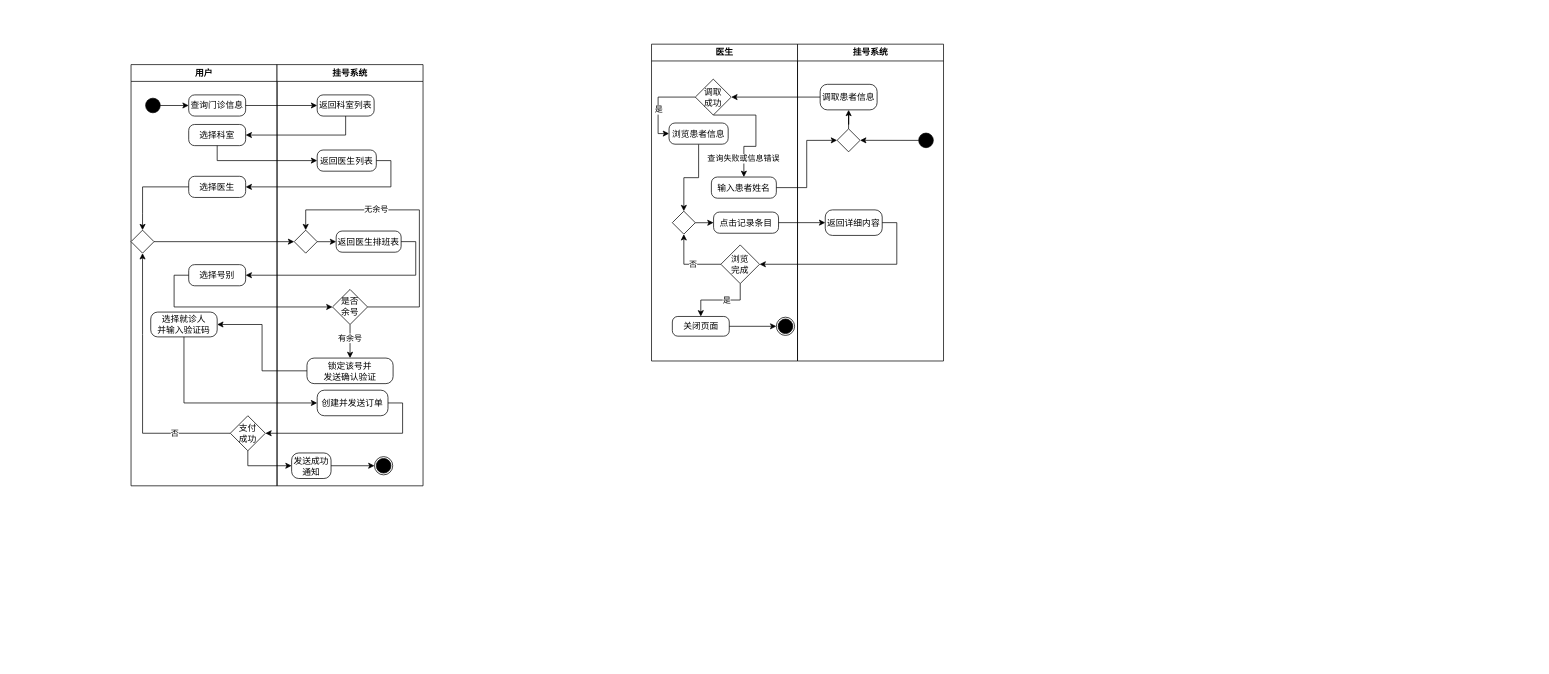
Earlier version of the draw.io diagram 预约挂号活动图.drawio (Lxlorange/drawio). Source tidied: cells renumbered, new cells numbered last; positions are measured from the earlier drawing's top-left corner, leaving out a move shared by most shapes. Both pictures are drawn from the tidied source at 73%, with x=0, y=0 at pixel (131, 44).
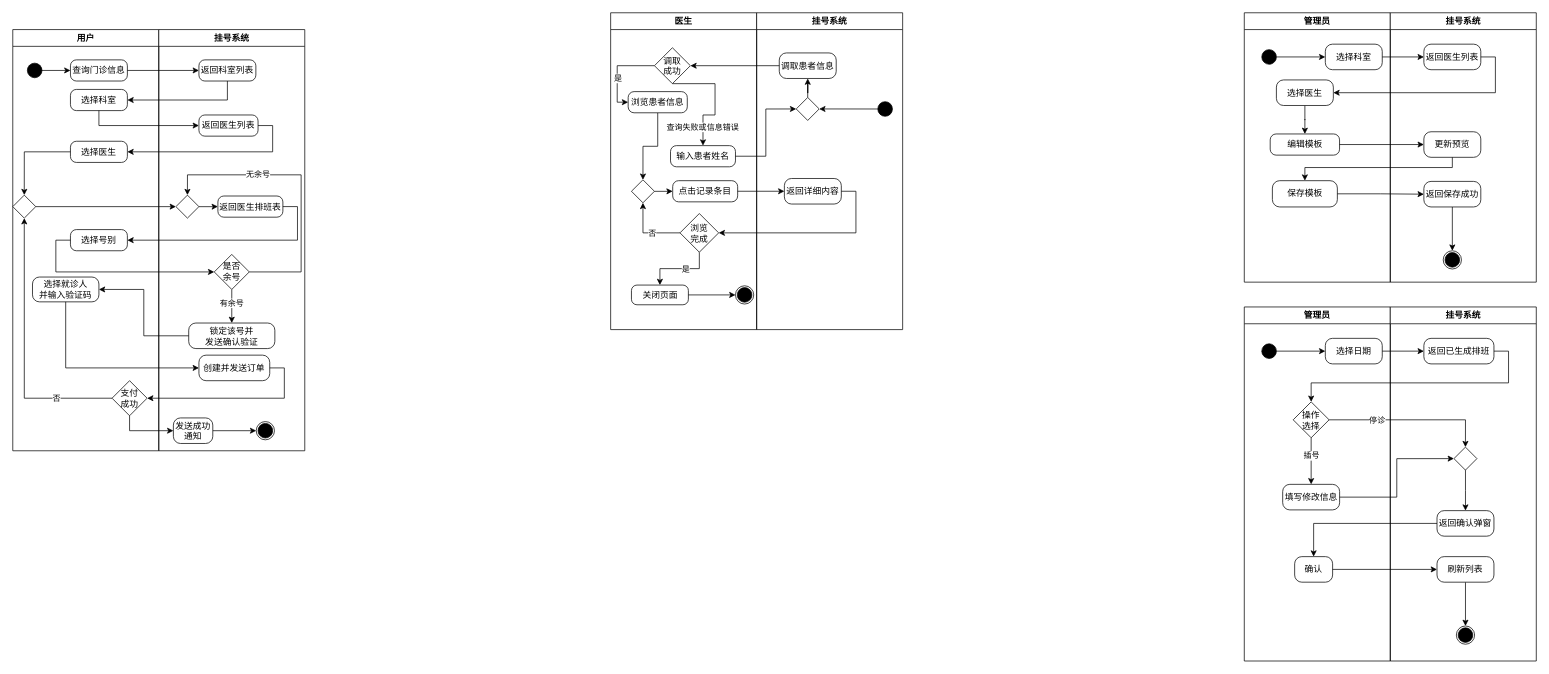
Above is the later version.

Commit message:
Update 预约挂号活动图.drawio

Change to the diagram source:
```diff
@@
     <mxCell id="2" value="用户" style="swimlane;whiteSpace=wrap;html=1;" parent="1" vertex="1">
-      <mxGeometry y="28" width="200" height="577" as="geometry" />
+      <mxGeometry x="-162" y="-20" width="200" height="577" as="geometry" />
     </mxCell>
@@
     <mxCell id="15" value="挂号系统" style="swimlane;whiteSpace=wrap;html=1;" parent="1" vertex="1">
-      <mxGeometry x="200" y="28" width="200" height="577" as="geometry" />
+      <mxGeometry x="38" y="-20" width="200" height="577" as="geometry" />
     </mxCell>
@@
     <mxCell id="43" value="医生" style="swimlane;whiteSpace=wrap;html=1;" parent="1" vertex="1">
-      <mxGeometry x="713" width="200" height="434" as="geometry" />
+      <mxGeometry x="657" y="-43" width="200" height="434" as="geometry" />
     </mxCell>
@@
     <mxCell id="64" value="挂号系统" style="swimlane;whiteSpace=wrap;html=1;" parent="1" vertex="1">
-      <mxGeometry x="913" width="200" height="434" as="geometry" />
+      <mxGeometry x="857" y="-43" width="200" height="434" as="geometry" />
     </mxCell>
@@
+    <mxCell id="75" value="管理员" style="swimlane;whiteSpace=wrap;html=1;" parent="1" vertex="1">
+      <mxGeometry x="1525" y="-43" width="200" height="369" as="geometry" />
+    </mxCell>
+    <mxCell id="76" value="保存模板" style="rounded=1;whiteSpace=wrap;html=1;arcSize=28;" parent="75" vertex="1">
+      <mxGeometry x="38.5" y="230" width="89" height="36" as="geometry" />
+    </mxCell>
+    <mxCell id="77" value="选择科室" style="rounded=1;whiteSpace=wrap;html=1;arcSize=28;" parent="75" vertex="1">
+      <mxGeometry x="111" y="43" width="78" height="35" as="geometry" />
+    </mxCell>
+    <mxCell id="78" style="ellipse;whiteSpace=wrap;html=1;fillColor=#000000;rotation=0;" parent="75" vertex="1">
+      <mxGeometry x="24" y="50.5" width="20" height="20" as="geometry" />
+    </mxCell>
+    <mxCell id="79" style="edgeStyle=orthogonalEdgeStyle;rounded=0;jettySize=auto;html=1;exitX=1;exitY=0.5;exitDx=0;exitDy=0;entryX=0;entryY=0.5;entryDx=0;entryDy=0;" parent="75" edge="1" source="78" target="77">
+      <mxGeometry relative="1" as="geometry" />
+    </mxCell>
+    <mxCell id="80" style="edgeStyle=orthogonalEdgeStyle;rounded=0;jettySize=auto;html=1;exitX=0.5;exitY=1;exitDx=0;exitDy=0;" parent="75" edge="1" source="81" target="82">
+      <mxGeometry relative="1" as="geometry" />
+    </mxCell>
+    <mxCell id="81" value="选择医生" style="rounded=1;whiteSpace=wrap;html=1;arcSize=28;" parent="75" vertex="1">
+      <mxGeometry x="44" y="92" width="78" height="35" as="geometry" />
+    </mxCell>
+    <mxCell id="82" value="编辑模板" style="rounded=1;whiteSpace=wrap;html=1;arcSize=28;" parent="75" vertex="1">
+      <mxGeometry x="35.5" y="166" width="95" height="29" as="geometry" />
+    </mxCell>
+    <mxCell id="83" value="挂号系统" style="swimlane;whiteSpace=wrap;html=1;" parent="1" vertex="1">
+      <mxGeometry x="1725" y="-43" width="200" height="369" as="geometry" />
+    </mxCell>
+    <mxCell id="84" value="返回医生列表" style="rounded=1;whiteSpace=wrap;html=1;arcSize=28;" parent="83" vertex="1">
+      <mxGeometry x="46" y="43" width="78" height="35" as="geometry" />
+    </mxCell>
+    <mxCell id="85" style="edgeStyle=orthogonalEdgeStyle;rounded=0;jettySize=auto;html=1;entryX=0.5;entryY=0;entryDx=0;entryDy=0;" parent="83" edge="1" source="86" target="89">
+      <mxGeometry relative="1" as="geometry" />
+    </mxCell>
+    <mxCell id="86" value="返回保存成功" style="rounded=1;whiteSpace=wrap;html=1;arcSize=28;" parent="83" vertex="1">
+      <mxGeometry x="46" y="231" width="78" height="35" as="geometry" />
+    </mxCell>
+    <mxCell id="87" value="更新预览" style="rounded=1;whiteSpace=wrap;html=1;arcSize=28;" parent="83" vertex="1">
+      <mxGeometry x="46" y="163" width="78" height="35" as="geometry" />
+    </mxCell>
+    <mxCell id="88" style="ellipse;whiteSpace=wrap;html=1;fillColor=#000000;" parent="83" vertex="1">
+      <mxGeometry x="75" y="328.5" width="20" height="20" as="geometry" />
+    </mxCell>
+    <mxCell id="89" style="ellipse;whiteSpace=wrap;html=1;fillColor=none;" parent="83" vertex="1">
+      <mxGeometry x="72.5" y="326" width="25" height="25" as="geometry" />
+    </mxCell>
+    <mxCell id="90" style="edgeStyle=orthogonalEdgeStyle;rounded=0;jettySize=auto;html=1;exitX=1;exitY=0.5;exitDx=0;exitDy=0;entryX=0;entryY=0.5;entryDx=0;entryDy=0;" parent="1" edge="1" source="76" target="86">
+      <mxGeometry relative="1" as="geometry" />
+    </mxCell>
+    <mxCell id="91" style="edgeStyle=orthogonalEdgeStyle;rounded=0;jettySize=auto;html=1;exitX=1;exitY=0.5;exitDx=0;exitDy=0;" parent="1" edge="1" source="77" target="84">
+      <mxGeometry relative="1" as="geometry" />
+    </mxCell>
+    <mxCell id="92" style="edgeStyle=orthogonalEdgeStyle;rounded=0;jettySize=auto;html=1;exitX=1;exitY=0.5;exitDx=0;exitDy=0;entryX=1;entryY=0.5;entryDx=0;entryDy=0;" parent="1" edge="1" source="84" target="81">
+      <mxGeometry relative="1" as="geometry" />
+    </mxCell>
+    <mxCell id="93" style="edgeStyle=orthogonalEdgeStyle;rounded=0;jettySize=auto;html=1;" parent="1" edge="1" source="82" target="87">
+      <mxGeometry relative="1" as="geometry" />
+    </mxCell>
+    <mxCell id="94" style="edgeStyle=orthogonalEdgeStyle;rounded=0;jettySize=auto;html=1;entryX=0.5;entryY=0;entryDx=0;entryDy=0;" parent="1" edge="1" source="87" target="76">
+      <mxGeometry relative="1" as="geometry">
+        <Array as="points">
+          <mxPoint x="1810" y="169" />
+          <mxPoint x="1608" y="169" />
+        </Array>
+      </mxGeometry>
+    </mxCell>
+    <mxCell id="95" value="管理员" style="swimlane;whiteSpace=wrap;html=1;" parent="1" vertex="1">
+      <mxGeometry x="1525" y="360" width="200" height="485" as="geometry" />
+    </mxCell>
+    <mxCell id="96" value="选择日期" style="rounded=1;whiteSpace=wrap;html=1;arcSize=28;" parent="95" vertex="1">
+      <mxGeometry x="111" y="43" width="78" height="35" as="geometry" />
+    </mxCell>
+    <mxCell id="97" style="ellipse;whiteSpace=wrap;html=1;fillColor=#000000;rotation=0;" parent="95" vertex="1">
+      <mxGeometry x="24" y="50.5" width="20" height="20" as="geometry" />
+    </mxCell>
+    <mxCell id="98" style="edgeStyle=orthogonalEdgeStyle;rounded=0;jettySize=auto;html=1;exitX=1;exitY=0.5;exitDx=0;exitDy=0;entryX=0;entryY=0.5;entryDx=0;entryDy=0;" parent="95" edge="1" source="97" target="96">
+      <mxGeometry relative="1" as="geometry" />
+    </mxCell>
+    <mxCell id="99" style="edgeStyle=orthogonalEdgeStyle;rounded=0;jettySize=auto;html=1;exitX=0.5;exitY=1;exitDx=0;exitDy=0;entryX=0.5;entryY=0;entryDx=0;entryDy=0;" parent="95" edge="1" source="101" target="103">
+      <mxGeometry relative="1" as="geometry" />
+    </mxCell>
+    <mxCell id="100" value="插号" style="edgeLabel;html=1;align=center;verticalAlign=middle;" parent="99" vertex="1">
+      <mxGeometry x="-0.26" relative="1" as="geometry" />
+    </mxCell>
+    <mxCell id="101" value="操作&lt;div&gt;选择&lt;/div&gt;" style="rhombus;whiteSpace=wrap;html=1;" parent="95" vertex="1">
+      <mxGeometry x="67" y="130" width="49.2" height="49.2" as="geometry" />
+    </mxCell>
+    <mxCell id="102" value="确认" style="rounded=1;whiteSpace=wrap;html=1;arcSize=28;" parent="95" vertex="1">
+      <mxGeometry x="69" y="342" width="52" height="35" as="geometry" />
+    </mxCell>
+    <mxCell id="103" value="填写修改信息" style="rounded=1;whiteSpace=wrap;html=1;arcSize=28;" parent="95" vertex="1">
+      <mxGeometry x="52.6" y="243" width="78" height="35" as="geometry" />
+    </mxCell>
+    <mxCell id="104" value="挂号系统" style="swimlane;whiteSpace=wrap;html=1;" parent="1" vertex="1">
+      <mxGeometry x="1725" y="360" width="200" height="485" as="geometry" />
+    </mxCell>
+    <mxCell id="105" value="返回已生成排班" style="rounded=1;whiteSpace=wrap;html=1;arcSize=28;" parent="104" vertex="1">
+      <mxGeometry x="46" y="43" width="96" height="35" as="geometry" />
+    </mxCell>
+    <mxCell id="106" value="返回确认弹窗" style="rounded=1;whiteSpace=wrap;html=1;arcSize=28;" parent="104" vertex="1">
+      <mxGeometry x="64" y="279" width="78" height="35" as="geometry" />
+    </mxCell>
+    <mxCell id="107" style="edgeStyle=orthogonalEdgeStyle;rounded=0;jettySize=auto;html=1;entryX=0.5;entryY=0;entryDx=0;entryDy=0;" parent="104" edge="1" source="108" target="110">
+      <mxGeometry relative="1" as="geometry" />
+    </mxCell>
+    <mxCell id="108" value="刷新列表" style="rounded=1;whiteSpace=wrap;html=1;arcSize=28;" parent="104" vertex="1">
+      <mxGeometry x="64" y="342" width="78" height="35" as="geometry" />
+    </mxCell>
+    <mxCell id="109" style="ellipse;whiteSpace=wrap;html=1;fillColor=#000000;" parent="104" vertex="1">
+      <mxGeometry x="93" y="439.5" width="20" height="20" as="geometry" />
+    </mxCell>
+    <mxCell id="110" style="ellipse;whiteSpace=wrap;html=1;fillColor=none;" parent="104" vertex="1">
+      <mxGeometry x="90.5" y="437" width="25" height="25" as="geometry" />
+    </mxCell>
+    <mxCell id="111" style="edgeStyle=orthogonalEdgeStyle;rounded=0;jettySize=auto;html=1;entryX=0.5;entryY=0;entryDx=0;entryDy=0;" parent="104" edge="1" source="112" target="106">
+      <mxGeometry relative="1" as="geometry" />
+    </mxCell>
+    <mxCell id="112" style="rhombus;whiteSpace=wrap;html=1;" parent="104" vertex="1">
+      <mxGeometry x="87.2" y="192" width="31.5" height="31.5" as="geometry" />
+    </mxCell>
+    <mxCell id="113" style="edgeStyle=orthogonalEdgeStyle;rounded=0;jettySize=auto;html=1;exitX=1;exitY=0.5;exitDx=0;exitDy=0;" parent="1" edge="1" source="96" target="105">
+      <mxGeometry relative="1" as="geometry" />
+    </mxCell>
+    <mxCell id="114" style="edgeStyle=orthogonalEdgeStyle;rounded=0;jettySize=auto;html=1;exitX=1;exitY=0.5;exitDx=0;exitDy=0;entryX=0.5;entryY=0;entryDx=0;entryDy=0;" parent="1" edge="1" source="105" target="101">
+      <mxGeometry relative="1" as="geometry" />
+    </mxCell>
+    <mxCell id="115" style="edgeStyle=orthogonalEdgeStyle;rounded=0;jettySize=auto;html=1;exitX=1;exitY=0.5;exitDx=0;exitDy=0;entryX=0;entryY=0.5;entryDx=0;entryDy=0;" parent="1" edge="1" source="102" target="108">
+      <mxGeometry relative="1" as="geometry" />
+    </mxCell>
+    <mxCell id="116" style="edgeStyle=orthogonalEdgeStyle;rounded=0;jettySize=auto;html=1;entryX=0.5;entryY=0;entryDx=0;entryDy=0;" parent="1" edge="1" source="101" target="112">
+      <mxGeometry relative="1" as="geometry" />
+    </mxCell>
+    <mxCell id="117" value="停诊" style="edgeLabel;html=1;align=center;verticalAlign=middle;" parent="116" vertex="1">
+      <mxGeometry x="-0.46" y="-2" relative="1" as="geometry">
+        <mxPoint x="4" y="-2" as="offset" />
+      </mxGeometry>
+    </mxCell>
+    <mxCell id="118" style="edgeStyle=orthogonalEdgeStyle;rounded=0;jettySize=auto;html=1;entryX=0.5;entryY=0;entryDx=0;entryDy=0;" parent="1" edge="1" source="106" target="102">
+      <mxGeometry relative="1" as="geometry" />
+    </mxCell>
+    <mxCell id="119" style="edgeStyle=orthogonalEdgeStyle;rounded=0;jettySize=auto;html=1;exitX=1;exitY=0.5;exitDx=0;exitDy=0;entryX=0;entryY=0.5;entryDx=0;entryDy=0;" parent="1" edge="1" source="103" target="112">
+      <mxGeometry relative="1" as="geometry" />
+    </mxCell>
```
